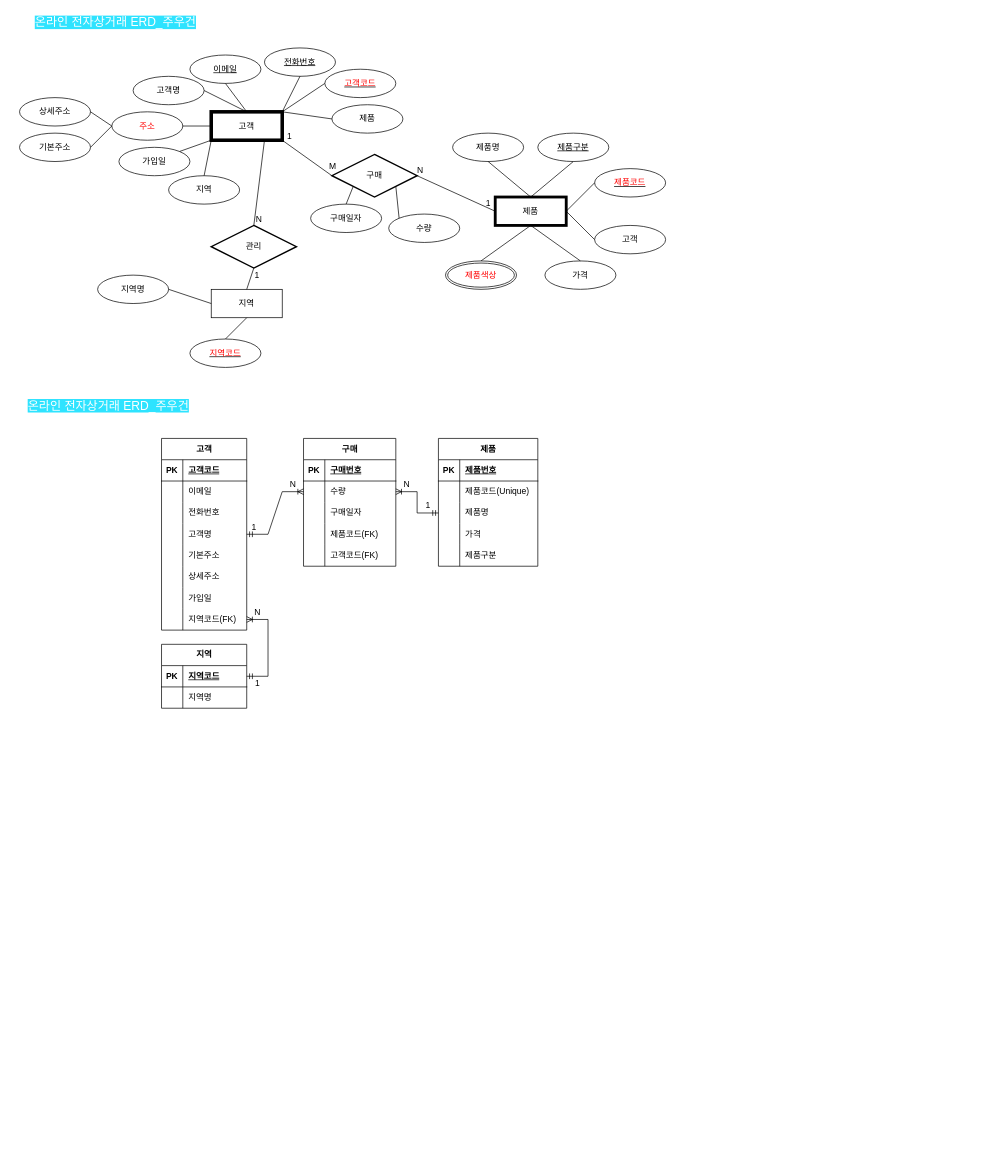
Before: product.drawio in Joowoogun/Bigdata, a draw.io diagram. Source tidied: cells renumbered, new cells numbered last; positions are measured from the earlier drawing's top-left corner, leaving out a move shared by most shapes. Both pictures are drawn from the tidied source at 71%, with x=0, y=0 at pixel (12, 12).
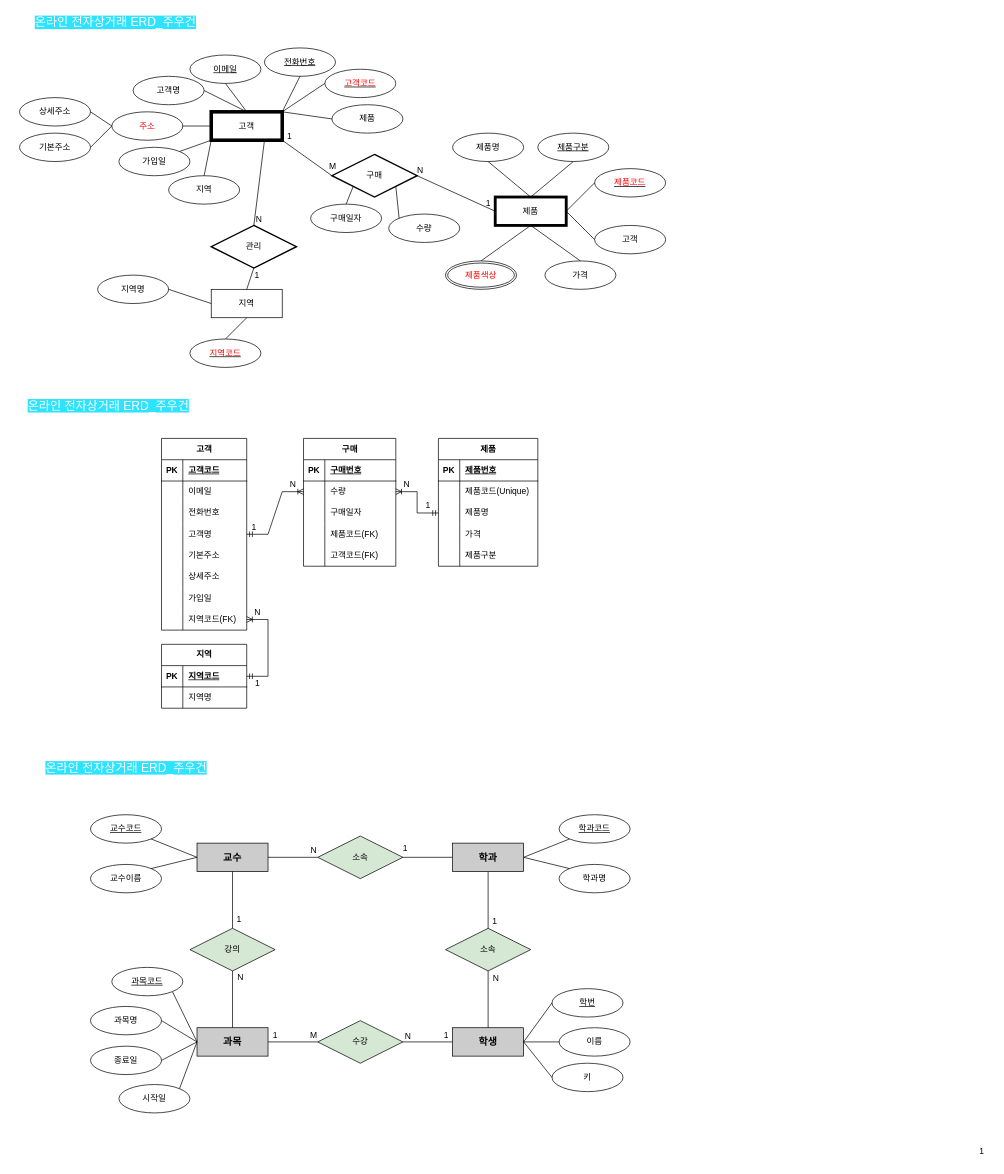
After the change.

What changed in the source:
```diff
@@
+    <mxCell id="132" value="&lt;font style=&quot;font-size: 14px;&quot;&gt;&lt;b&gt;교수&lt;/b&gt;&lt;/font&gt;" style="whiteSpace=wrap;html=1;align=center;fillColor=#CCCCCC;" parent="1" vertex="1">
+      <mxGeometry x="260" y="1170" width="100" height="40" as="geometry" />
+    </mxCell>
+    <mxCell id="133" value="소속" style="shape=rhombus;perimeter=rhombusPerimeter;whiteSpace=wrap;html=1;align=center;fillColor=#D5E8D4;gradientColor=none;" parent="1" vertex="1">
+      <mxGeometry x="430" y="1160" width="120" height="60" as="geometry" />
+    </mxCell>
+    <mxCell id="134" value="&lt;font style=&quot;font-size: 14px;&quot;&gt;&lt;b&gt;과목&lt;/b&gt;&lt;/font&gt;" style="whiteSpace=wrap;html=1;align=center;fillColor=#CCCCCC;" parent="1" vertex="1">
+      <mxGeometry x="260" y="1430" width="100" height="40" as="geometry" />
+    </mxCell>
+    <mxCell id="135" value="&lt;b&gt;&lt;font style=&quot;font-size: 14px;&quot;&gt;학생&lt;/font&gt;&lt;/b&gt;" style="whiteSpace=wrap;html=1;align=center;fillColor=#CCCCCC;" parent="1" vertex="1">
+      <mxGeometry x="620" y="1430" width="100" height="40" as="geometry" />
+    </mxCell>
+    <mxCell id="136" value="강의" style="shape=rhombus;perimeter=rhombusPerimeter;whiteSpace=wrap;html=1;align=center;fillColor=#D5E8D4;" parent="1" vertex="1">
+      <mxGeometry x="250" y="1290" width="120" height="60" as="geometry" />
+    </mxCell>
+    <mxCell id="137" value="소속" style="shape=rhombus;perimeter=rhombusPerimeter;whiteSpace=wrap;html=1;align=center;fillColor=#D5E8D4;gradientColor=none;" parent="1" vertex="1">
+      <mxGeometry x="610" y="1290" width="120" height="60" as="geometry" />
+    </mxCell>
+    <mxCell id="138" value="수강" style="shape=rhombus;perimeter=rhombusPerimeter;whiteSpace=wrap;html=1;align=center;fillColor=#D5E8D4;" parent="1" vertex="1">
+      <mxGeometry x="430" y="1420" width="120" height="60" as="geometry" />
+    </mxCell>
+    <mxCell id="139" value="교수코드" style="ellipse;whiteSpace=wrap;html=1;align=center;fontStyle=4;" parent="1" vertex="1">
+      <mxGeometry x="110" y="1130" width="100" height="40" as="geometry" />
+    </mxCell>
+    <mxCell id="140" value="교수이름" style="ellipse;whiteSpace=wrap;html=1;align=center;" parent="1" vertex="1">
+      <mxGeometry x="110" y="1200" width="100" height="40" as="geometry" />
+    </mxCell>
+    <mxCell id="141" style="endArrow=none;html=1;rounded=0;exitX=1;exitY=1;exitDx=0;exitDy=0;entryX=0;entryY=0.5;entryDx=0;entryDy=0;" parent="1" edge="1" source="139" target="132">
+      <mxGeometry relative="1" as="geometry" />
+    </mxCell>
+    <mxCell id="142" style="endArrow=none;html=1;rounded=0;exitX=1;exitY=0;exitDx=0;exitDy=0;entryX=0;entryY=0.5;entryDx=0;entryDy=0;" parent="1" edge="1" source="140" target="132">
+      <mxGeometry relative="1" as="geometry" />
+    </mxCell>
+    <mxCell id="143" value="학과코드" style="ellipse;whiteSpace=wrap;html=1;align=center;fontStyle=4;" parent="1" vertex="1">
+      <mxGeometry x="770" y="1130" width="100" height="40" as="geometry" />
+    </mxCell>
+    <mxCell id="144" value="학과명" style="ellipse;whiteSpace=wrap;html=1;align=center;" parent="1" vertex="1">
+      <mxGeometry x="770" y="1200" width="100" height="40" as="geometry" />
+    </mxCell>
+    <mxCell id="145" style="endArrow=none;html=1;rounded=0;entryX=0;entryY=1;entryDx=0;entryDy=0;exitX=1;exitY=0.5;exitDx=0;exitDy=0;" parent="1" edge="1" source="155" target="143">
+      <mxGeometry relative="1" as="geometry" />
+    </mxCell>
+    <mxCell id="146" style="endArrow=none;html=1;rounded=0;entryX=0;entryY=0;entryDx=0;entryDy=0;exitX=1;exitY=0.5;exitDx=0;exitDy=0;" parent="1" edge="1" source="155" target="144">
+      <mxGeometry relative="1" as="geometry" />
+    </mxCell>
+    <mxCell id="147" style="endArrow=none;html=1;rounded=0;entryX=0;entryY=0.5;entryDx=0;entryDy=0;exitX=1;exitY=0.5;exitDx=0;exitDy=0;" parent="1" edge="1" source="133" target="155">
+      <mxGeometry relative="1" as="geometry" />
+    </mxCell>
+    <mxCell id="148" style="endArrow=none;html=1;rounded=0;entryX=0;entryY=0.5;entryDx=0;entryDy=0;exitX=1;exitY=0.5;exitDx=0;exitDy=0;" parent="1" edge="1" source="132" target="133">
+      <mxGeometry relative="1" as="geometry" />
+    </mxCell>
+    <mxCell id="149" style="endArrow=none;html=1;rounded=0;entryX=0.5;entryY=1;entryDx=0;entryDy=0;exitX=0.5;exitY=0;exitDx=0;exitDy=0;" parent="1" edge="1" source="136" target="132">
+      <mxGeometry relative="1" as="geometry" />
+    </mxCell>
+    <mxCell id="150" style="endArrow=none;html=1;rounded=0;entryX=0.5;entryY=1;entryDx=0;entryDy=0;exitX=0.5;exitY=0;exitDx=0;exitDy=0;" parent="1" edge="1" source="134" target="136">
+      <mxGeometry relative="1" as="geometry" />
+    </mxCell>
+    <mxCell id="151" style="endArrow=none;html=1;rounded=0;exitX=1;exitY=0.5;exitDx=0;exitDy=0;entryX=0;entryY=0.5;entryDx=0;entryDy=0;" parent="1" edge="1" source="134" target="138">
+      <mxGeometry relative="1" as="geometry" />
+    </mxCell>
+    <mxCell id="152" style="endArrow=none;html=1;rounded=0;entryX=0;entryY=0.5;entryDx=0;entryDy=0;exitX=1;exitY=0.5;exitDx=0;exitDy=0;" parent="1" edge="1" source="138" target="135">
+      <mxGeometry relative="1" as="geometry" />
+    </mxCell>
+    <mxCell id="153" style="endArrow=none;html=1;rounded=0;entryX=0.5;entryY=0;entryDx=0;entryDy=0;exitX=0.5;exitY=1;exitDx=0;exitDy=0;" parent="1" edge="1" source="137" target="135">
+      <mxGeometry relative="1" as="geometry" />
+    </mxCell>
+    <mxCell id="154" style="endArrow=none;html=1;rounded=0;entryX=0.5;entryY=1;entryDx=0;entryDy=0;exitX=0.5;exitY=0;exitDx=0;exitDy=0;" parent="1" edge="1" source="137" target="155">
+      <mxGeometry relative="1" as="geometry" />
+    </mxCell>
+    <mxCell id="155" value="&lt;font style=&quot;font-size: 14px;&quot;&gt;&lt;b&gt;학과&lt;/b&gt;&lt;/font&gt;" style="whiteSpace=wrap;html=1;align=center;fillColor=#CCCCCC;" parent="1" vertex="1">
+      <mxGeometry x="620" y="1170" width="100" height="40" as="geometry" />
+    </mxCell>
+    <mxCell id="156" value="1" style="text;html=1;align=center;verticalAlign=middle;strokeColor=none;fillColor=none;" parent="1" vertex="1">
+      <mxGeometry x="304" y="1263" width="30" height="30" as="geometry" />
+    </mxCell>
+    <mxCell id="157" value="N" style="text;html=1;align=center;verticalAlign=middle;strokeColor=none;fillColor=none;" parent="1" vertex="1">
+      <mxGeometry x="306" y="1344" width="30" height="30" as="geometry" />
+    </mxCell>
+    <mxCell id="158" value="N" style="text;html=1;align=center;verticalAlign=middle;strokeColor=none;fillColor=none;" parent="1" vertex="1">
+      <mxGeometry x="409" y="1165" width="30" height="30" as="geometry" />
+    </mxCell>
+    <mxCell id="159" value="1" style="text;html=1;align=center;verticalAlign=middle;strokeColor=none;fillColor=none;" parent="1" vertex="1">
+      <mxGeometry x="1350" y="1590" width="30" height="30" as="geometry" />
+    </mxCell>
+    <mxCell id="160" value="1" style="text;html=1;align=center;verticalAlign=middle;strokeColor=none;fillColor=none;" parent="1" vertex="1">
+      <mxGeometry x="664" y="1266" width="30" height="30" as="geometry" />
+    </mxCell>
+    <mxCell id="161" value="N" style="text;html=1;align=center;verticalAlign=middle;strokeColor=none;fillColor=none;" parent="1" vertex="1">
+      <mxGeometry x="666" y="1345" width="30" height="30" as="geometry" />
+    </mxCell>
+    <mxCell id="162" value="1" style="text;html=1;align=center;verticalAlign=middle;strokeColor=none;fillColor=none;" parent="1" vertex="1">
+      <mxGeometry x="538" y="1163" width="30" height="30" as="geometry" />
+    </mxCell>
+    <mxCell id="163" value="N" style="text;html=1;align=center;verticalAlign=middle;strokeColor=none;fillColor=none;" parent="1" vertex="1">
+      <mxGeometry x="542" y="1427" width="30" height="30" as="geometry" />
+    </mxCell>
+    <mxCell id="164" value="1" style="text;html=1;align=center;verticalAlign=middle;strokeColor=none;fillColor=none;" parent="1" vertex="1">
+      <mxGeometry x="596" y="1426" width="30" height="30" as="geometry" />
+    </mxCell>
+    <mxCell id="165" value="M" style="text;html=1;align=center;verticalAlign=middle;strokeColor=none;fillColor=none;" parent="1" vertex="1">
+      <mxGeometry x="409" y="1426" width="30" height="30" as="geometry" />
+    </mxCell>
+    <mxCell id="166" value="1" style="text;html=1;align=center;verticalAlign=middle;strokeColor=none;fillColor=none;" parent="1" vertex="1">
+      <mxGeometry x="355" y="1426" width="30" height="30" as="geometry" />
+    </mxCell>
+    <mxCell id="167" value="과목명" style="ellipse;whiteSpace=wrap;html=1;align=center;" parent="1" vertex="1">
+      <mxGeometry x="110" y="1400" width="100" height="40" as="geometry" />
+    </mxCell>
+    <mxCell id="168" value="종료일" style="ellipse;whiteSpace=wrap;html=1;align=center;" parent="1" vertex="1">
+      <mxGeometry x="110" y="1456" width="100" height="40" as="geometry" />
+    </mxCell>
+    <mxCell id="169" value="시작일" style="ellipse;whiteSpace=wrap;html=1;align=center;" parent="1" vertex="1">
+      <mxGeometry x="150" y="1510" width="100" height="40" as="geometry" />
+    </mxCell>
+    <mxCell id="170" style="endArrow=none;html=1;rounded=0;exitX=1;exitY=1;exitDx=0;exitDy=0;entryX=0;entryY=0.5;entryDx=0;entryDy=0;" parent="1" edge="1" source="180" target="134">
+      <mxGeometry relative="1" as="geometry" />
+    </mxCell>
+    <mxCell id="171" style="endArrow=none;html=1;rounded=0;entryX=0;entryY=0.5;entryDx=0;entryDy=0;exitX=1;exitY=0.5;exitDx=0;exitDy=0;" parent="1" edge="1" source="167" target="134">
+      <mxGeometry relative="1" as="geometry" />
+    </mxCell>
+    <mxCell id="172" style="endArrow=none;html=1;rounded=0;entryX=0;entryY=0.5;entryDx=0;entryDy=0;exitX=1;exitY=0.5;exitDx=0;exitDy=0;" parent="1" edge="1" source="168" target="134">
+      <mxGeometry relative="1" as="geometry" />
+    </mxCell>
+    <mxCell id="173" style="endArrow=none;html=1;rounded=0;exitX=0;exitY=0.5;exitDx=0;exitDy=0;entryX=1;entryY=0;entryDx=0;entryDy=0;" parent="1" edge="1" source="134" target="169">
+      <mxGeometry relative="1" as="geometry" />
+    </mxCell>
+    <mxCell id="174" value="이름" style="ellipse;whiteSpace=wrap;html=1;align=center;" parent="1" vertex="1">
+      <mxGeometry x="770" y="1430" width="100" height="40" as="geometry" />
+    </mxCell>
+    <mxCell id="175" value="키" style="ellipse;whiteSpace=wrap;html=1;align=center;" parent="1" vertex="1">
+      <mxGeometry x="760" y="1480" width="100" height="40" as="geometry" />
+    </mxCell>
+    <mxCell id="176" style="endArrow=none;html=1;rounded=0;entryX=0;entryY=0.5;entryDx=0;entryDy=0;exitX=1;exitY=0.5;exitDx=0;exitDy=0;" parent="1" edge="1" source="135" target="179">
+      <mxGeometry relative="1" as="geometry" />
+    </mxCell>
+    <mxCell id="177" style="endArrow=none;html=1;rounded=0;entryX=0;entryY=0.5;entryDx=0;entryDy=0;exitX=1;exitY=0.5;exitDx=0;exitDy=0;" parent="1" edge="1" source="135" target="174">
+      <mxGeometry relative="1" as="geometry" />
+    </mxCell>
+    <mxCell id="178" style="endArrow=none;html=1;rounded=0;entryX=0;entryY=0.5;entryDx=0;entryDy=0;exitX=1;exitY=0.5;exitDx=0;exitDy=0;" parent="1" edge="1" source="135" target="175">
+      <mxGeometry relative="1" as="geometry" />
+    </mxCell>
+    <mxCell id="179" value="학번" style="ellipse;whiteSpace=wrap;html=1;align=center;fontStyle=4;" parent="1" vertex="1">
+      <mxGeometry x="760" y="1375" width="100" height="40" as="geometry" />
+    </mxCell>
+    <mxCell id="180" value="과목코드" style="ellipse;whiteSpace=wrap;html=1;align=center;fontStyle=4;" parent="1" vertex="1">
+      <mxGeometry x="140" y="1345" width="100" height="40" as="geometry" />
+    </mxCell>
+    <mxCell id="181" value="&lt;font style=&quot;font-size: 17px; background-color: rgb(46, 227, 255);&quot; color=&quot;#ffffff&quot;&gt;온라인 전자상거래 ERD_주우건&lt;/font&gt;" style="text;html=1;align=center;verticalAlign=middle;strokeColor=none;fillColor=none;strokeWidth=0;" parent="1" vertex="1">
+      <mxGeometry x="25" y="1050" width="270" height="30" as="geometry" />
+    </mxCell>
```
